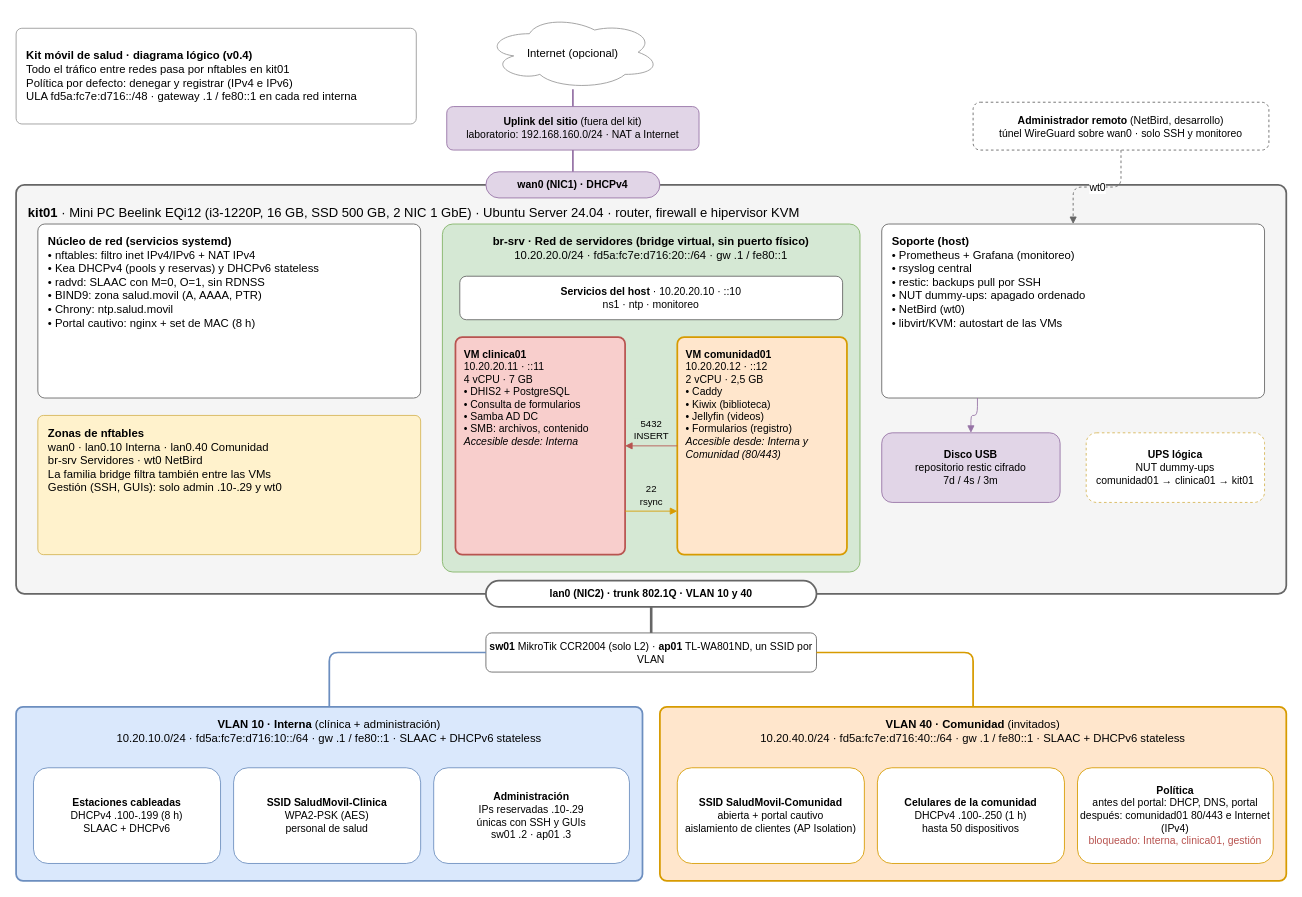
Above: diagramas/diagrama-logico.drawio in kitsalud-movil-plats1/docs (draw.io), before the change. Source tidied: cells renumbered, new cells numbered last; positions are measured from the earlier drawing's top-left corner, leaving out a move shared by most shapes. Both pictures are drawn from the tidied source at 87%, with x=0, y=0 at pixel (16, 15).
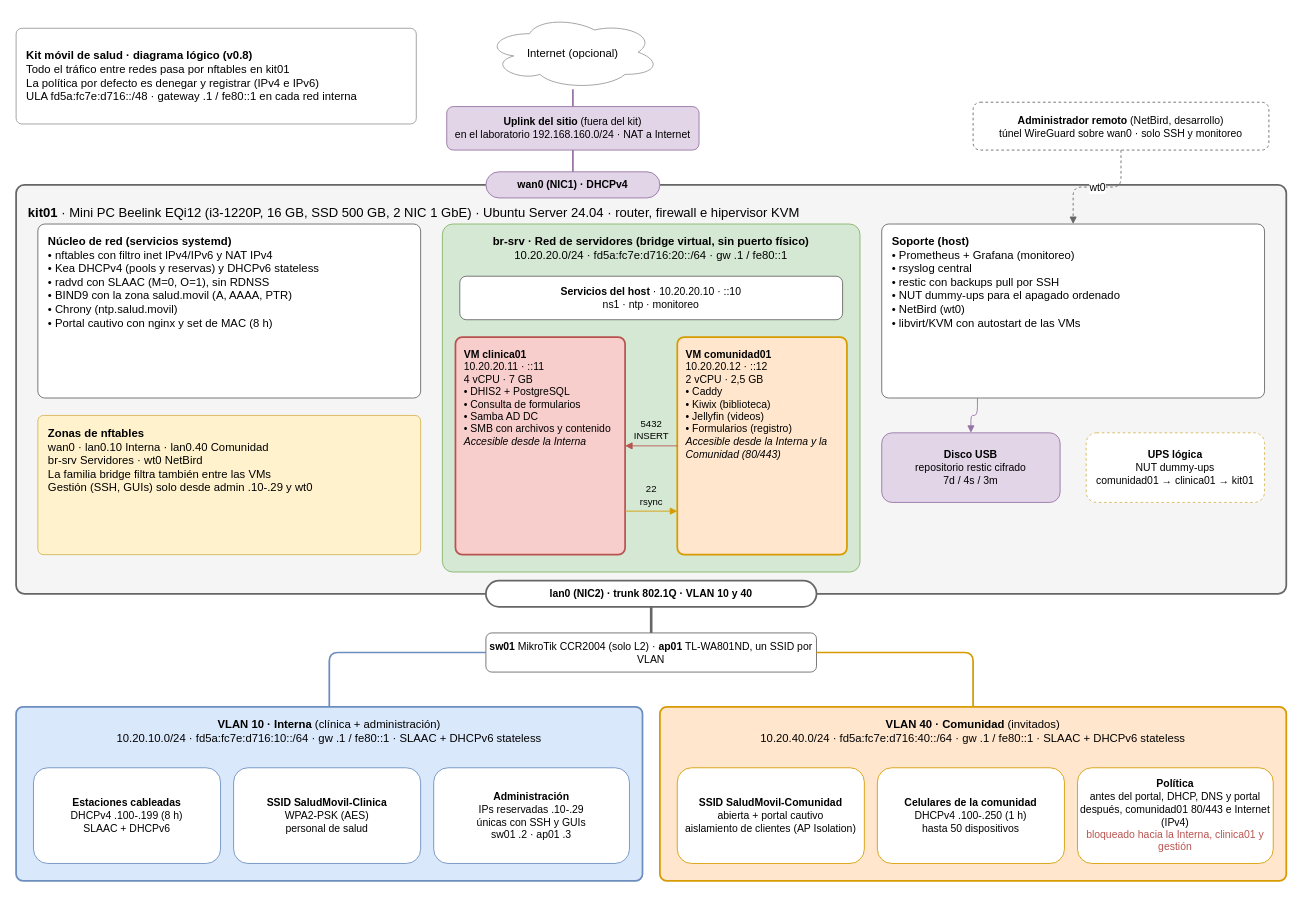
The same diagram, later.

What changed in the source:
```diff
@@
-    <mxCell id="2" value="&lt;b&gt;Kit móvil de salud · diagrama lógico (v0.4)&lt;/b&gt;&lt;br&gt;Todo el tráfico entre redes pasa por nftables en kit01&lt;br&gt;Política por defecto: denegar y registrar (IPv4 e IPv6)&lt;br&gt;ULA fd5a:fc7e:d716::/48 · gateway .1 / fe80::1 en cada red interna" style="rounded=1;arcSize=6;whiteSpace=wrap;html=1;align=left;spacingLeft=10;fillColor=#FFFFFF;strokeColor=#999999;fontSize=13;" parent="1" vertex="1">
+    <mxCell id="2" value="&lt;b&gt;Kit móvil de salud · diagrama lógico (v0.8)&lt;/b&gt;&lt;br&gt;Todo el tráfico entre redes pasa por nftables en kit01&lt;br&gt;La política por defecto es denegar y registrar (IPv4 e IPv6)&lt;br&gt;ULA fd5a:fc7e:d716::/48 · gateway .1 / fe80::1 en cada red interna" style="rounded=1;arcSize=6;whiteSpace=wrap;html=1;align=left;spacingLeft=10;fillColor=#FFFFFF;strokeColor=#999999;fontSize=13;" parent="1" vertex="1">
       <mxGeometry y="15" width="460" height="110" as="geometry" />
     </mxCell>
@@
-    <mxCell id="4" value="&lt;b&gt;Uplink del sitio&lt;/b&gt; (fuera del kit)&lt;br&gt;laboratorio: 192.168.160.0/24 · NAT a Internet" style="rounded=1;whiteSpace=wrap;html=1;fillColor=#e1d5e7;strokeColor=#9673a6;fontSize=12;" parent="1" vertex="1">
+    <mxCell id="4" value="&lt;b&gt;Uplink del sitio&lt;/b&gt; (fuera del kit)&lt;br&gt;en el laboratorio 192.168.160.0/24 · NAT a Internet" style="rounded=1;whiteSpace=wrap;html=1;fillColor=#e1d5e7;strokeColor=#9673a6;fontSize=12;" parent="1" vertex="1">
       <mxGeometry x="495" y="105" width="290" height="50" as="geometry" />
     </mxCell>
@@
-    <mxCell id="8" value="&lt;b&gt;Núcleo de red (servicios systemd)&lt;/b&gt;&lt;br&gt;• nftables: filtro inet IPv4/IPv6 + NAT IPv4&lt;br&gt;• Kea DHCPv4 (pools y reservas) y DHCPv6 stateless&lt;br&gt;• radvd: SLAAC con M=0, O=1, sin RDNSS&lt;br&gt;• BIND9: zona salud.movil (A, AAAA, PTR)&lt;br&gt;• Chrony: ntp.salud.movil&lt;br&gt;• Portal cautivo: nginx + set de MAC (8 h)" style="rounded=1;arcSize=4;whiteSpace=wrap;html=1;align=left;verticalAlign=top;spacingLeft=10;spacingTop=6;fillColor=#FFFFFF;strokeColor=#666666;fontSize=13;" parent="1" vertex="1">
+    <mxCell id="8" value="&lt;b&gt;Núcleo de red (servicios systemd)&lt;/b&gt;&lt;br&gt;• nftables con filtro inet IPv4/IPv6 y NAT IPv4&lt;br&gt;• Kea DHCPv4 (pools y reservas) y DHCPv6 stateless&lt;br&gt;• radvd con SLAAC (M=0, O=1), sin RDNSS&lt;br&gt;• BIND9 con la zona salud.movil (A, AAAA, PTR)&lt;br&gt;• Chrony (ntp.salud.movil)&lt;br&gt;• Portal cautivo con nginx y set de MAC (8 h)" style="rounded=1;arcSize=4;whiteSpace=wrap;html=1;align=left;verticalAlign=top;spacingLeft=10;spacingTop=6;fillColor=#FFFFFF;strokeColor=#666666;fontSize=13;" parent="1" vertex="1">
       <mxGeometry x="25" y="240" width="440" height="200" as="geometry" />
     </mxCell>
-    <mxCell id="9" value="&lt;b&gt;Zonas de nftables&lt;/b&gt;&lt;br&gt;wan0 · lan0.10 Interna · lan0.40 Comunidad&lt;br&gt;br-srv Servidores · wt0 NetBird&lt;br&gt;La familia bridge filtra también entre las VMs&lt;br&gt;Gestión (SSH, GUIs): solo admin .10-.29 y wt0" style="rounded=1;arcSize=4;whiteSpace=wrap;html=1;align=left;verticalAlign=top;spacingLeft=10;spacingTop=6;fillColor=#fff2cc;strokeColor=#d6b656;fontSize=13;" parent="1" vertex="1">
+    <mxCell id="9" value="&lt;b&gt;Zonas de nftables&lt;/b&gt;&lt;br&gt;wan0 · lan0.10 Interna · lan0.40 Comunidad&lt;br&gt;br-srv Servidores · wt0 NetBird&lt;br&gt;La familia bridge filtra también entre las VMs&lt;br&gt;Gestión (SSH, GUIs) solo desde admin .10-.29 y wt0" style="rounded=1;arcSize=4;whiteSpace=wrap;html=1;align=left;verticalAlign=top;spacingLeft=10;spacingTop=6;fillColor=#fff2cc;strokeColor=#d6b656;fontSize=13;" parent="1" vertex="1">
       <mxGeometry x="25" y="460" width="440" height="160" as="geometry" />
     </mxCell>
@@
-    <mxCell id="12" value="&lt;b&gt;VM clinica01&lt;/b&gt;&lt;br&gt;10.20.20.11 · ::11&lt;br&gt;4 vCPU · 7 GB&lt;br&gt;• DHIS2 + PostgreSQL&lt;br&gt;• Consulta de formularios&lt;br&gt;• Samba AD DC&lt;br&gt;• SMB: archivos, contenido&lt;br&gt;&lt;i&gt;Accesible desde: Interna&lt;/i&gt;" style="rounded=1;arcSize=4;whiteSpace=wrap;html=1;align=left;verticalAlign=top;spacingLeft=8;spacingTop=6;fillColor=#f8cecc;strokeColor=#b85450;fontSize=12;strokeWidth=2;" parent="1" vertex="1">
+    <mxCell id="12" value="&lt;b&gt;VM clinica01&lt;/b&gt;&lt;br&gt;10.20.20.11 · ::11&lt;br&gt;4 vCPU · 7 GB&lt;br&gt;• DHIS2 + PostgreSQL&lt;br&gt;• Consulta de formularios&lt;br&gt;• Samba AD DC&lt;br&gt;• SMB con archivos y contenido&lt;br&gt;&lt;i&gt;Accesible desde la Interna&lt;/i&gt;" style="rounded=1;arcSize=4;whiteSpace=wrap;html=1;align=left;verticalAlign=top;spacingLeft=8;spacingTop=6;fillColor=#f8cecc;strokeColor=#b85450;fontSize=12;strokeWidth=2;" parent="1" vertex="1">
       <mxGeometry x="505" y="370" width="195" height="250" as="geometry" />
     </mxCell>
-    <mxCell id="13" value="&lt;b&gt;VM comunidad01&lt;/b&gt;&lt;br&gt;10.20.20.12 · ::12&lt;br&gt;2 vCPU · 2,5 GB&lt;br&gt;• Caddy&lt;br&gt;• Kiwix (biblioteca)&lt;br&gt;• Jellyfin (videos)&lt;br&gt;• Formularios (registro)&lt;br&gt;&lt;i&gt;Accesible desde: Interna y Comunidad (80/443)&lt;/i&gt;" style="rounded=1;arcSize=4;whiteSpace=wrap;html=1;align=left;verticalAlign=top;spacingLeft=8;spacingTop=6;fillColor=#ffe6cc;strokeColor=#d79b00;fontSize=12;strokeWidth=2;" parent="1" vertex="1">
+    <mxCell id="13" value="&lt;b&gt;VM comunidad01&lt;/b&gt;&lt;br&gt;10.20.20.12 · ::12&lt;br&gt;2 vCPU · 2,5 GB&lt;br&gt;• Caddy&lt;br&gt;• Kiwix (biblioteca)&lt;br&gt;• Jellyfin (videos)&lt;br&gt;• Formularios (registro)&lt;br&gt;&lt;i&gt;Accesible desde la Interna y la Comunidad (80/443)&lt;/i&gt;" style="rounded=1;arcSize=4;whiteSpace=wrap;html=1;align=left;verticalAlign=top;spacingLeft=8;spacingTop=6;fillColor=#ffe6cc;strokeColor=#d79b00;fontSize=12;strokeWidth=2;" parent="1" vertex="1">
       <mxGeometry x="760" y="370" width="195" height="250" as="geometry" />
     </mxCell>
@@
-    <mxCell id="16" value="&lt;b&gt;Soporte (host)&lt;/b&gt;&lt;br&gt;• Prometheus + Grafana (monitoreo)&lt;br&gt;• rsyslog central&lt;br&gt;• restic: backups pull por SSH&lt;br&gt;• NUT dummy-ups: apagado ordenado&lt;br&gt;• NetBird (wt0)&lt;br&gt;• libvirt/KVM: autostart de las VMs" style="rounded=1;arcSize=4;whiteSpace=wrap;html=1;align=left;verticalAlign=top;spacingLeft=10;spacingTop=6;fillColor=#FFFFFF;strokeColor=#666666;fontSize=13;" parent="1" vertex="1">
+    <mxCell id="16" value="&lt;b&gt;Soporte (host)&lt;/b&gt;&lt;br&gt;• Prometheus + Grafana (monitoreo)&lt;br&gt;• rsyslog central&lt;br&gt;• restic con backups pull por SSH&lt;br&gt;• NUT dummy-ups para el apagado ordenado&lt;br&gt;• NetBird (wt0)&lt;br&gt;• libvirt/KVM con autostart de las VMs" style="rounded=1;arcSize=4;whiteSpace=wrap;html=1;align=left;verticalAlign=top;spacingLeft=10;spacingTop=6;fillColor=#FFFFFF;strokeColor=#666666;fontSize=13;" parent="1" vertex="1">
       <mxGeometry x="995" y="240" width="440" height="200" as="geometry" />
     </mxCell>
@@
-    <mxCell id="33" value="&lt;b&gt;Política&lt;/b&gt;&lt;br&gt;antes del portal: DHCP, DNS, portal&lt;br&gt;después: comunidad01 80/443 e Internet (IPv4)&lt;br&gt;&lt;font color=&quot;#b85450&quot;&gt;bloqueado: Interna, clinica01, gestión&lt;/font&gt;" style="rounded=1;whiteSpace=wrap;html=1;fillColor=#FFFFFF;strokeColor=#d79b00;fontSize=12;" parent="1" vertex="1">
+    <mxCell id="33" value="&lt;b&gt;Política&lt;/b&gt;&lt;br&gt;antes del portal, DHCP, DNS y portal&lt;br&gt;después, comunidad01 80/443 e Internet (IPv4)&lt;br&gt;&lt;font color=&quot;#b85450&quot;&gt;bloqueado hacia la Interna, clinica01 y gestión&lt;/font&gt;" style="rounded=1;whiteSpace=wrap;html=1;fillColor=#FFFFFF;strokeColor=#d79b00;fontSize=12;" parent="1" vertex="1">
       <mxGeometry x="1220" y="865" width="225" height="110" as="geometry" />
     </mxCell>
```
